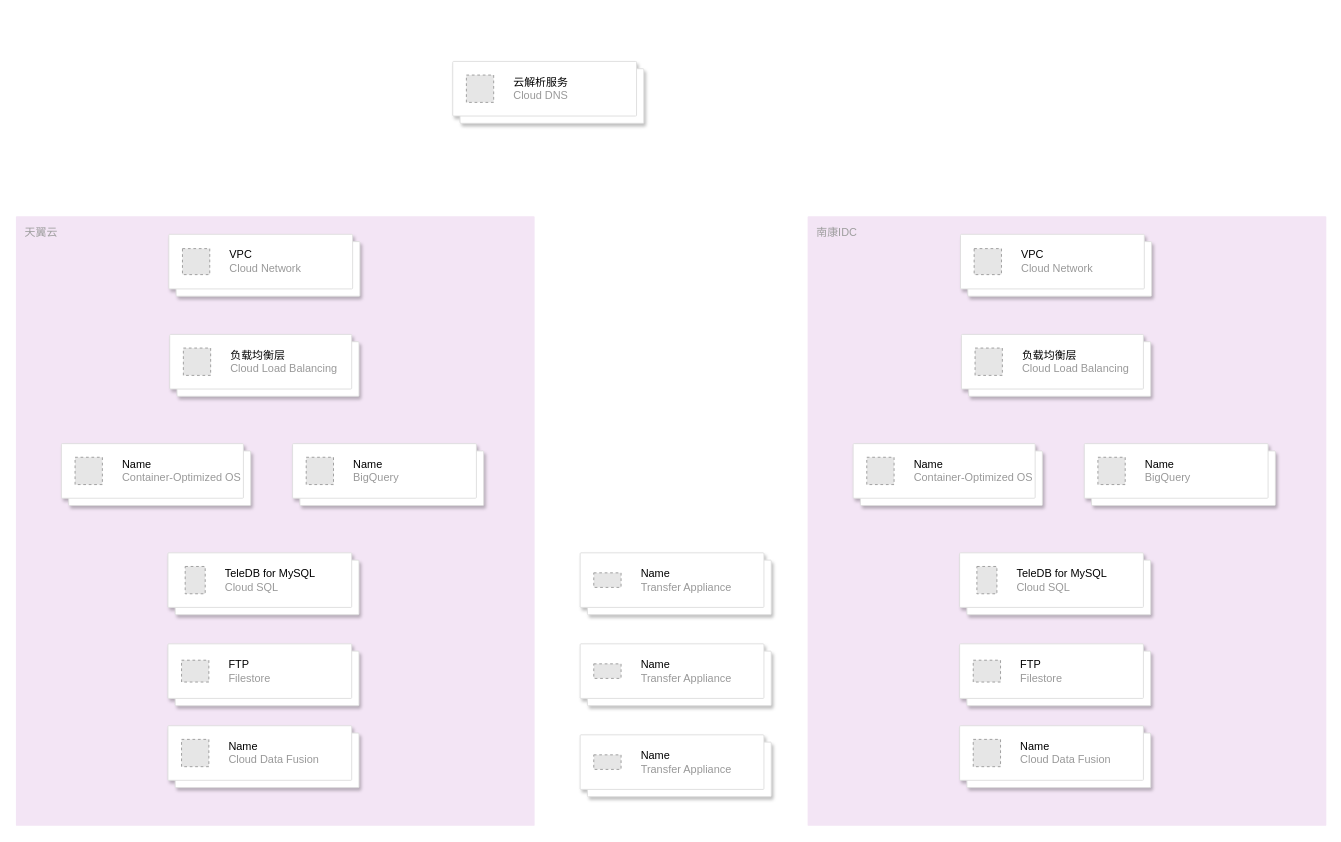
MyselfblueKAMI/drawpub keeps this draw.io diagram as 洋臣架构.drawio. Above is the earlier version. Source tidied: cells renumbered, new cells numbered last; positions are measured from the earlier drawing's top-left corner, leaving out a move shared by most shapes. Both pictures are drawn from the tidied source at 91%, with x=0, y=0 at pixel (15, 61). Pictures stored in the file or linked from it are replaced by grey dashed boxes.
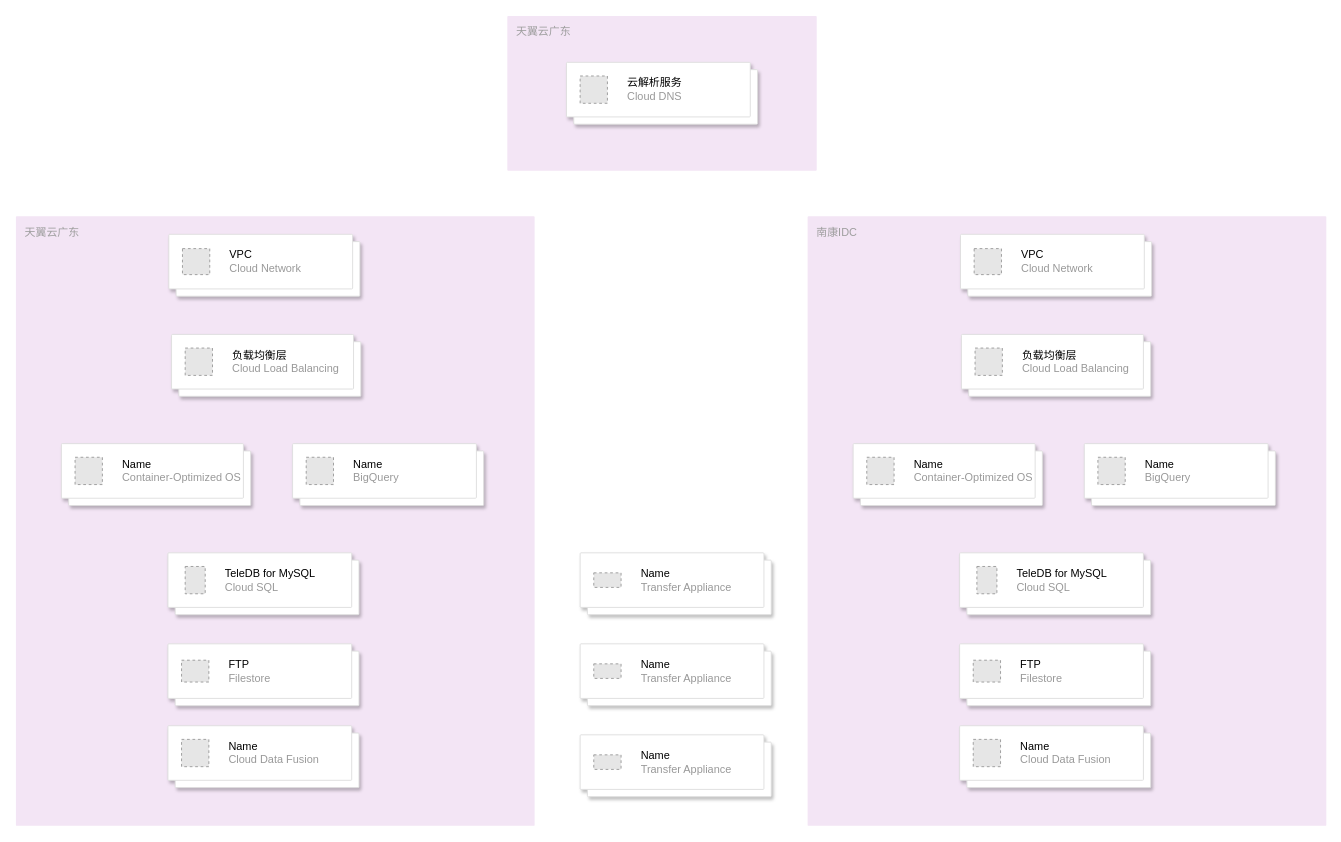
The same page after the edit.

Commit message:
更新洋臣架构.drawio

The edit, as a diff of the source:
```diff
@@
+    <mxCell id="40" value="天翼云广东" style="sketch=0;rounded=1;absoluteArcSize=1;arcSize=2;html=1;strokeColor=none;gradientColor=none;shadow=0;dashed=0;fontSize=12;fontColor=#9E9E9E;align=left;verticalAlign=top;spacing=10;spacingTop=-4;whiteSpace=wrap;fillColor=#F3E5F5;" parent="1" vertex="1">
+      <mxGeometry x="540" y="-50" width="340" height="170" as="geometry" />
+    </mxCell>
     <mxCell id="2" style="shape=mxgraph.gcp2.doubleRect;fillColor=#ffffff;strokeColor=#dddddd;shadow=1;strokeWidth=1;rounded=1;absoluteArcSize=1;arcSize=2;" parent="1" vertex="1">
-      <mxGeometry x="480" width="210" height="68" as="geometry" />
+      <mxGeometry x="605" y="1" width="210" height="68" as="geometry" />
     </mxCell>
@@
-    <mxCell id="4" value="天翼云" style="sketch=0;rounded=1;absoluteArcSize=1;arcSize=2;html=1;strokeColor=none;gradientColor=none;shadow=0;dashed=0;fontSize=12;fontColor=#9E9E9E;align=left;verticalAlign=top;spacing=10;spacingTop=-4;whiteSpace=wrap;fillColor=#F3E5F5;" parent="1" vertex="1">
+    <mxCell id="4" value="天翼云广东" style="sketch=0;rounded=1;absoluteArcSize=1;arcSize=2;html=1;strokeColor=none;gradientColor=none;shadow=0;dashed=0;fontSize=12;fontColor=#9E9E9E;align=left;verticalAlign=top;spacing=10;spacingTop=-4;whiteSpace=wrap;fillColor=#F3E5F5;" parent="1" vertex="1">
       <mxGeometry y="170" width="570" height="670" as="geometry" />
     </mxCell>
@@
     <mxCell id="7" style="shape=mxgraph.gcp2.doubleRect;fillColor=#ffffff;strokeColor=#dddddd;shadow=1;strokeWidth=1;rounded=1;absoluteArcSize=1;arcSize=2;" parent="1" vertex="1">
-      <mxGeometry x="169" y="300" width="208" height="68" as="geometry" />
+      <mxGeometry x="171" y="300" width="208" height="68" as="geometry" />
     </mxCell>
```
